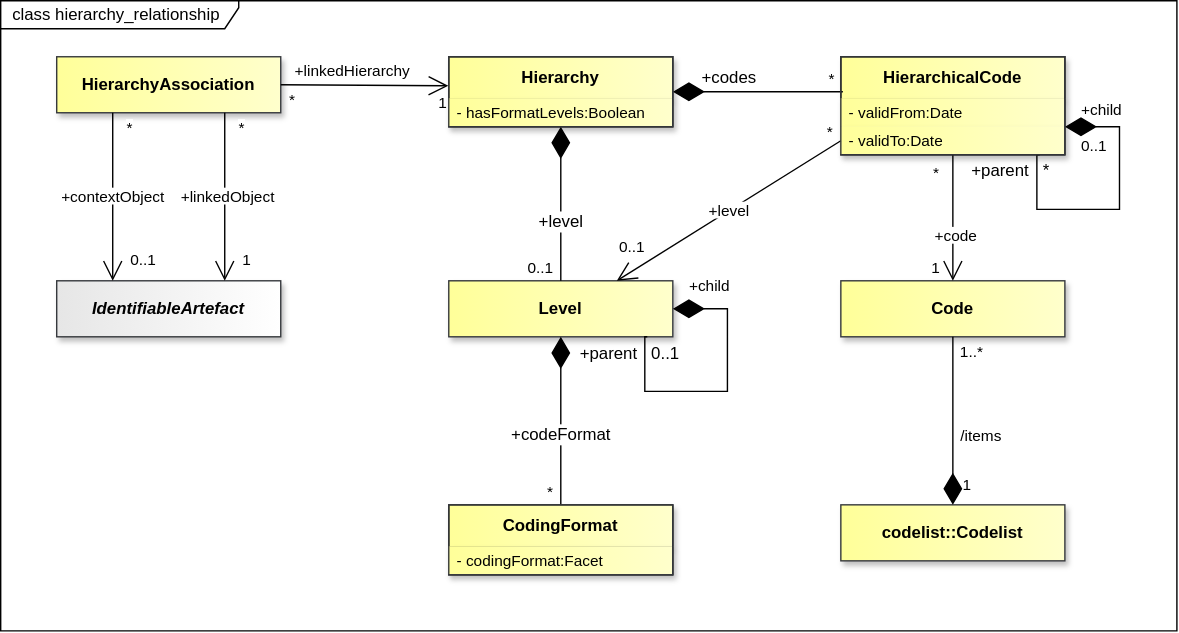
The draw.io diagram docs/information_model/media/sdmx_codelist-hierarchy_relationship.svg in sdmx-twg/sdmx-im, before a commit. Source tidied: cells renumbered, new cells last; positions are measured from the earlier drawing's top-left corner, leaving out a move shared by most shapes.
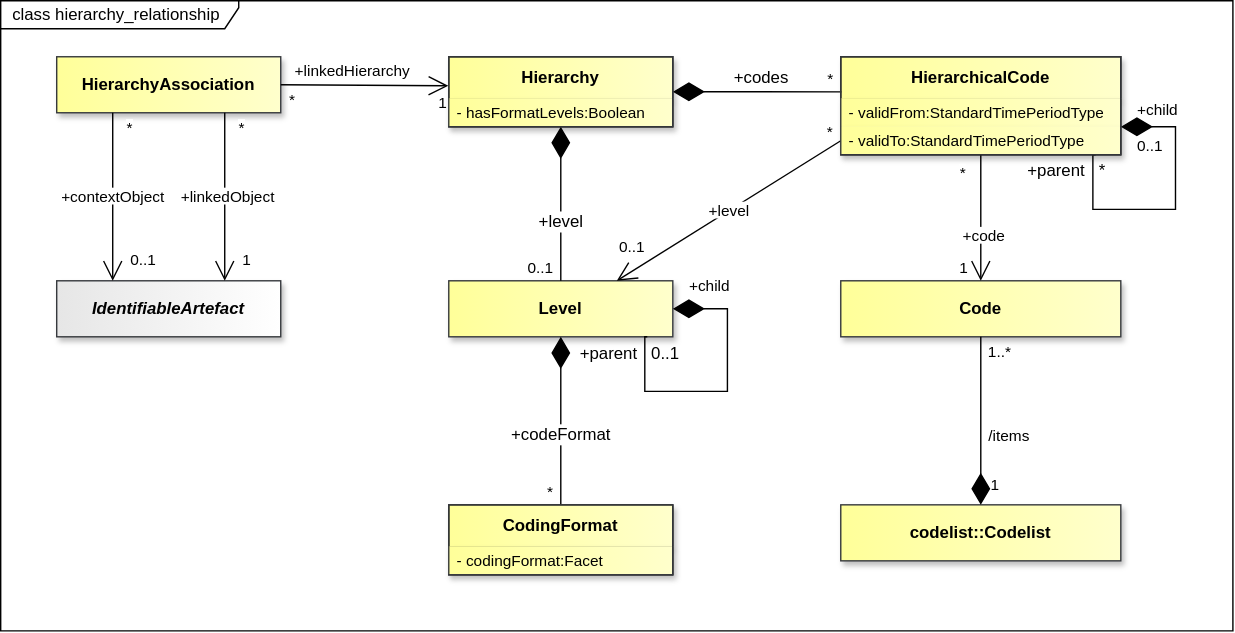
The same file after the commit.

Commit message:
https://github.com/sdmx-twg/sdmx-im/issues/40

Diff of the diagram source:
```diff
@@ -3,7 +3,7 @@
     <mxCell id="0" />
     <mxCell id="1" parent="0" />
     <mxCell id="2" value="&amp;nbsp; class hierarchy_relationship" style="shape=umlFrame;whiteSpace=wrap;html=1;fillColor=light-dark(#FFFFFF,#121212);swimlaneFillColor=light-dark(#FFFFFF,#121212);width=170;height=20;align=left;" parent="1" vertex="1">
-      <mxGeometry width="840" height="450" as="geometry" />
+      <mxGeometry width="880" height="450" as="geometry" />
     </mxCell>
     <mxCell id="3" value="/items" style="endArrow=none;" parent="1" edge="1">
       <mxGeometry relative="1" as="geometry" />
@@ -33,10 +33,10 @@
       <mxGeometry x="40" y="40" width="160" height="40" as="geometry" />
     </mxCell>
     <mxCell id="12" value="&lt;span style=&quot;background-color: transparent;&quot;&gt;Code&lt;/span&gt;" style="whiteSpace=wrap;html=1;verticalAlign=middle;gradientDirection=east;imageVerticalAlign=top;fontStyle=1;fillColor=light-dark(#FFFF99,#FFFF99);strokeColor=#36393d;fontColor=light-dark(#000000,#000000);gradientColor=light-dark(#FFFFCC,#FFFFCC);shadow=1;" parent="1" vertex="1">
-      <mxGeometry x="600" y="200" width="160" height="40" as="geometry" />
+      <mxGeometry x="600" y="200" width="200" height="40" as="geometry" />
     </mxCell>
     <mxCell id="13" value="codelist::&lt;span style=&quot;background-color: transparent;&quot;&gt;Codelist&lt;/span&gt;" style="whiteSpace=wrap;html=1;verticalAlign=middle;gradientDirection=east;imageVerticalAlign=top;fontStyle=1;fillColor=light-dark(#FFFF99,#FFFF99);strokeColor=#36393d;fontColor=light-dark(#000000,#000000);gradientColor=light-dark(#FFFFCC,#FFFFCC);shadow=1;" parent="1" vertex="1">
-      <mxGeometry x="600" y="360" width="160" height="40" as="geometry" />
+      <mxGeometry x="600" y="360" width="200" height="40" as="geometry" />
     </mxCell>
     <mxCell id="14" style="endArrow=none;html=1;endSize=12;startArrow=diamondThin;startSize=20;startFill=1;edgeStyle=orthogonalEdgeStyle;rounded=0;exitX=0.5;exitY=0;exitDx=0;exitDy=0;endFill=0;strokeColor=light-dark(#000000,#FFFFFF);fontColor=light-dark(#000000,#FFFFFF);labelBackgroundColor=none;entryX=0.5;entryY=1;entryDx=0;entryDy=0;" parent="1" edge="1" source="13" target="12">
       <mxGeometry x="-0.54" relative="1" as="geometry" />
@@ -88,13 +88,13 @@
       </mxGeometry>
     </mxCell>
     <mxCell id="25" value="HierarchicalCode" style="swimlane;fontStyle=1;align=center;verticalAlign=middle;horizontal=1;startSize=30;whiteSpace=wrap;html=1;fillColor=light-dark(#FFFF99,#FFFF99);strokeColor=light-dark(#000000,#000000);gradientDirection=east;swimlaneLine=1;fontColor=light-dark(#000000,#000000);labelBackgroundColor=none;textShadow=0;gradientColor=light-dark(#FFFFCC,#FFFFCC);shadow=1;" parent="1" vertex="1">
-      <mxGeometry x="600" y="40" width="160" height="70" as="geometry" />
+      <mxGeometry x="600" y="40" width="200" height="70" as="geometry" />
     </mxCell>
-    <mxCell id="26" value="- validFrom:Date" style="text;strokeColor=none;fillColor=light-dark(#FFFF99,#FFFF99);align=left;verticalAlign=middle;spacingLeft=4;spacingRight=4;overflow=hidden;whiteSpace=wrap;html=1;fontFamily=Helvetica;fontSize=11;fontColor=light-dark(#000000,#000000);gradientColor=light-dark(#FFFFCC,#FFFFCC);gradientDirection=east;shadow=1;" parent="25" vertex="1">
-      <mxGeometry y="30" width="160" height="20" as="geometry" />
+    <mxCell id="26" value="- validFrom:StandardTimePeriodType" style="text;strokeColor=none;fillColor=light-dark(#FFFF99,#FFFF99);align=left;verticalAlign=middle;spacingLeft=4;spacingRight=4;overflow=hidden;whiteSpace=wrap;html=1;fontFamily=Helvetica;fontSize=11;fontColor=light-dark(#000000,#000000);gradientColor=light-dark(#FFFFCC,#FFFFCC);gradientDirection=east;shadow=1;" parent="25" vertex="1">
+      <mxGeometry y="30" width="200" height="20" as="geometry" />
     </mxCell>
-    <mxCell id="27" value="- validTo:Date" style="text;strokeColor=none;fillColor=light-dark(#FFFF99,#FFFF99);align=left;verticalAlign=middle;spacingLeft=4;spacingRight=4;overflow=hidden;points=[[0,0.5],[1,0.5]];portConstraint=eastwest;whiteSpace=wrap;html=1;fontFamily=Helvetica;fontSize=11;fontColor=light-dark(#000000,#000000);gradientColor=light-dark(#FFFFCC,#FFFFCC);gradientDirection=east;shadow=1;" parent="25" vertex="1">
-      <mxGeometry y="50" width="160" height="20" as="geometry" />
+    <mxCell id="27" value="- validTo:StandardTimePeriodType" style="text;strokeColor=none;fillColor=light-dark(#FFFF99,#FFFF99);align=left;verticalAlign=middle;spacingLeft=4;spacingRight=4;overflow=hidden;points=[[0,0.5],[1,0.5]];portConstraint=eastwest;whiteSpace=wrap;html=1;fontFamily=Helvetica;fontSize=11;fontColor=light-dark(#000000,#000000);gradientColor=light-dark(#FFFFCC,#FFFFCC);gradientDirection=east;shadow=1;" parent="25" vertex="1">
+      <mxGeometry y="50" width="200" height="20" as="geometry" />
     </mxCell>
     <mxCell id="28" value="IdentifiableArtefact" style="whiteSpace=wrap;html=1;verticalAlign=middle;gradientDirection=east;imageVerticalAlign=top;fontStyle=3;fillColor=light-dark(#E6E6E6,#E6E6E6);strokeColor=#36393d;fontColor=light-dark(#000000,#000000);gradientColor=light-dark(#FFFFFF,#FFFFFF);shadow=1;" parent="1" vertex="1">
       <mxGeometry x="40" y="200" width="160" height="40" as="geometry" />
@@ -114,9 +114,8 @@
         <mxPoint x="-1" y="-10" as="offset" />
       </mxGeometry>
     </mxCell>
-    <mxCell id="32" style="endArrow=none;html=1;endSize=12;startArrow=diamondThin;startSize=20;startFill=1;rounded=0;endFill=0;strokeColor=light-dark(#000000,#FFFFFF);fontColor=light-dark(#000000,#FFFFFF);labelBackgroundColor=none;exitX=1;exitY=0.5;exitDx=0;exitDy=0;" parent="1" edge="1" source="18">
+    <mxCell id="32" style="endArrow=none;html=1;endSize=12;startArrow=diamondThin;startSize=20;startFill=1;rounded=0;endFill=0;strokeColor=light-dark(#000000,#FFFFFF);fontColor=light-dark(#000000,#FFFFFF);labelBackgroundColor=none;exitX=1;exitY=0.5;exitDx=0;exitDy=0;entryX=0.002;entryY=0.358;entryDx=0;entryDy=0;entryPerimeter=0;" parent="1" edge="1" source="18" target="25">
       <mxGeometry x="0.75" y="-28" relative="1" as="geometry">
-        <mxPoint x="601.4" y="65" as="targetPoint" />
         <mxPoint x="-1" as="offset" />
       </mxGeometry>
     </mxCell>
@@ -127,7 +126,7 @@
     </mxCell>
     <mxCell id="34" value="+codes" style="edgeLabel;html=1;align=center;verticalAlign=middle;fontSize=12;" parent="32" vertex="1">
       <mxGeometry x="0.66" y="1" relative="1" as="geometry">
-        <mxPoint x="-61" y="-10" as="offset" />
+        <mxPoint x="-38" y="-10" as="offset" />
       </mxGeometry>
     </mxCell>
     <mxCell id="35" style="endArrow=none;html=1;endSize=12;startArrow=diamondThin;startSize=20;startFill=1;edgeStyle=orthogonalEdgeStyle;rounded=0;endFill=0;strokeColor=light-dark(#000000,#FFFFFF);fontColor=light-dark(#000000,#FFFFFF);labelBackgroundColor=none;exitX=0.5;exitY=1;exitDx=0;exitDy=0;entryX=0.5;entryY=0;entryDx=0;entryDy=0;" parent="1" edge="1" source="10" target="20">
@@ -147,12 +146,12 @@
     </mxCell>
     <mxCell id="38" style="endArrow=none;html=1;endSize=12;startArrow=diamondThin;startSize=20;startFill=1;edgeStyle=orthogonalEdgeStyle;rounded=0;endFill=0;strokeColor=light-dark(#000000,#FFFFFF);fontColor=light-dark(#000000,#FFFFFF);labelBackgroundColor=none;entryX=0.886;entryY=1;entryDx=0;entryDy=0;exitX=1;exitY=0.5;exitDx=0;exitDy=0;innerLoopWaypoints=1;entryPerimeter=0;" parent="1" edge="1">
       <mxGeometry x="0.27" y="-10" relative="1" as="geometry">
-        <mxPoint x="760" y="90" as="sourcePoint" />
-        <mxPoint x="742" y="110" as="targetPoint" />
+        <mxPoint x="800" y="90" as="sourcePoint" />
+        <mxPoint x="782" y="110" as="targetPoint" />
         <Array as="points">
-          <mxPoint x="799" y="90" />
-          <mxPoint x="799" y="149" />
-          <mxPoint x="740" y="149" />
+          <mxPoint x="839" y="90" />
+          <mxPoint x="839" y="149" />
+          <mxPoint x="780" y="149" />
         </Array>
       </mxGeometry>
     </mxCell>
@@ -235,7 +234,7 @@
       <mxGeometry x="320" y="40" width="160" height="50" as="geometry" />
     </mxCell>
     <mxCell id="57" style="rounded=0;whiteSpace=wrap;html=1;fillColor=none;strokeColor=#36393D;" parent="1" vertex="1">
-      <mxGeometry x="600" y="40" width="160" height="70" as="geometry" />
+      <mxGeometry x="600" y="40" width="200" height="70" as="geometry" />
     </mxCell>
     <mxCell id="58" style="rounded=0;whiteSpace=wrap;html=1;fillColor=none;strokeColor=#36393D;" parent="1" vertex="1">
       <mxGeometry x="320" y="360" width="160" height="50" as="geometry" />
```
